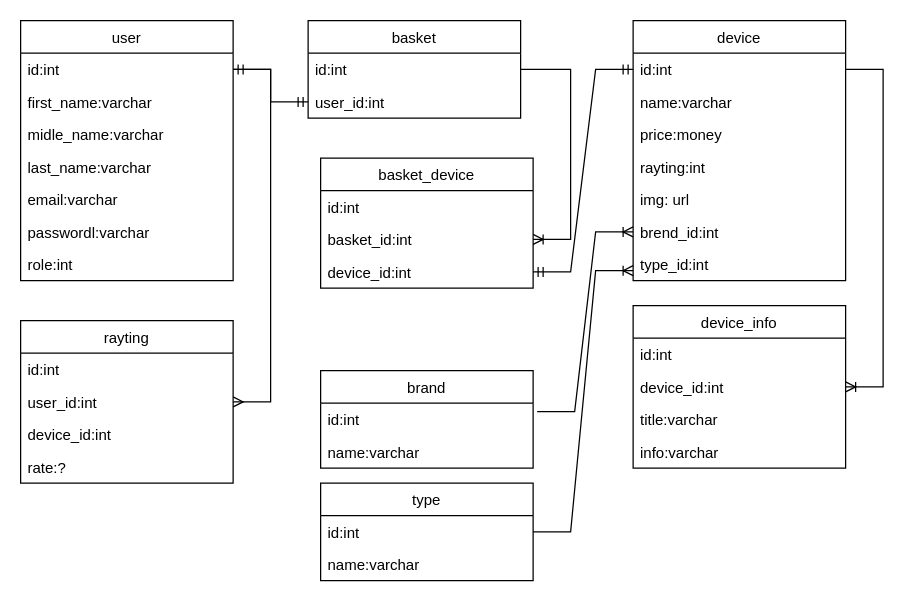
AndreyKichigin/test-git keeps this draw.io diagram as Untitled Diagram.drawio. Above is the earlier version. Source tidied: cells renumbered, new cells numbered last; positions are measured from the earlier drawing's top-left corner, leaving out a move shared by most shapes. Both pictures are drawn from the tidied source at 125%, with x=0, y=0 at pixel (20, 20).
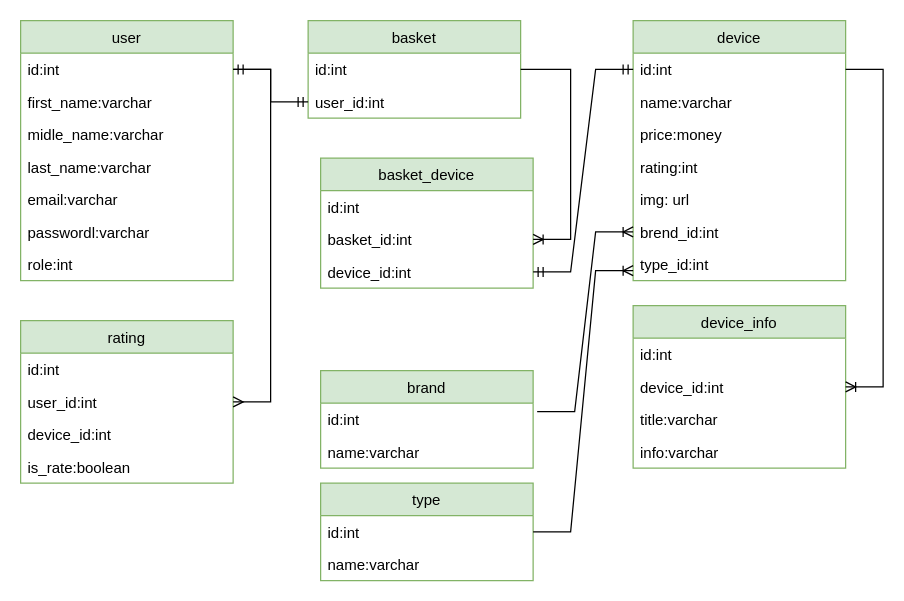
After the change.

Change to the diagram source:
```diff
@@
-    <mxCell id="2" value="user" style="swimlane;fontStyle=0;horizontal=1;startSize=26;fillColor=none;" parent="1" vertex="1">
+    <mxCell id="2" value="user" style="swimlane;fontStyle=0;horizontal=1;startSize=26;fillColor=#d5e8d4;strokeColor=#82b366;" parent="1" vertex="1">
       <mxGeometry width="170" height="208" as="geometry" />
     </mxCell>
@@
-    <mxCell id="10" value="basket" style="swimlane;fontStyle=0;horizontal=1;startSize=26;fillColor=none;" parent="1" vertex="1">
+    <mxCell id="10" value="basket" style="swimlane;fontStyle=0;horizontal=1;startSize=26;fillColor=#d5e8d4;strokeColor=#82b366;" parent="1" vertex="1">
       <mxGeometry x="230" width="170" height="78" as="geometry" />
     </mxCell>
@@
-    <mxCell id="14" value="device" style="swimlane;fontStyle=0;horizontal=1;startSize=26;fillColor=none;" parent="1" vertex="1">
+    <mxCell id="14" value="device" style="swimlane;fontStyle=0;horizontal=1;startSize=26;fillColor=#d5e8d4;strokeColor=#82b366;" parent="1" vertex="1">
       <mxGeometry x="490" width="170" height="208" as="geometry" />
     </mxCell>
@@
-    <mxCell id="18" value="rayting:int" style="text;strokeColor=none;fillColor=none;align=left;verticalAlign=top;spacingLeft=4;spacingRight=4;overflow=hidden;" parent="14" vertex="1">
+    <mxCell id="18" value="rating:int" style="text;strokeColor=none;fillColor=none;align=left;verticalAlign=top;spacingLeft=4;spacingRight=4;overflow=hidden;" parent="14" vertex="1">
       <mxGeometry y="104" width="170" height="26" as="geometry" />
     </mxCell>
@@
-    <mxCell id="22" value="type" style="swimlane;fontStyle=0;horizontal=1;startSize=26;fillColor=none;" parent="1" vertex="1">
+    <mxCell id="22" value="type" style="swimlane;fontStyle=0;horizontal=1;startSize=26;fillColor=#d5e8d4;strokeColor=#82b366;" parent="1" vertex="1">
       <mxGeometry x="240" y="370" width="170" height="78" as="geometry" />
     </mxCell>
@@
-    <mxCell id="25" value="brand" style="swimlane;fontStyle=0;horizontal=1;startSize=26;fillColor=none;" parent="1" vertex="1">
+    <mxCell id="25" value="brand" style="swimlane;fontStyle=0;horizontal=1;startSize=26;fillColor=#d5e8d4;strokeColor=#82b366;" parent="1" vertex="1">
       <mxGeometry x="240" y="280" width="170" height="78" as="geometry" />
     </mxCell>
@@
-    <mxCell id="30" value="device_info" style="swimlane;fontStyle=0;horizontal=1;startSize=26;fillColor=none;" parent="1" vertex="1">
+    <mxCell id="30" value="device_info" style="swimlane;fontStyle=0;horizontal=1;startSize=26;fillColor=#d5e8d4;strokeColor=#82b366;" parent="1" vertex="1">
       <mxGeometry x="490" y="228" width="170" height="130" as="geometry" />
     </mxCell>
@@
-    <mxCell id="36" value="basket_device" style="swimlane;fontStyle=0;horizontal=1;startSize=26;fillColor=none;" parent="1" vertex="1">
+    <mxCell id="36" value="basket_device" style="swimlane;fontStyle=0;horizontal=1;startSize=26;fillColor=#d5e8d4;strokeColor=#82b366;" parent="1" vertex="1">
       <mxGeometry x="240" y="110" width="170" height="104" as="geometry" />
     </mxCell>
@@
-    <mxCell id="42" value="rayting" style="swimlane;fontStyle=0;horizontal=1;startSize=26;fillColor=none;" parent="1" vertex="1">
+    <mxCell id="42" value="rating" style="swimlane;fontStyle=0;horizontal=1;startSize=26;fillColor=#d5e8d4;strokeColor=#82b366;" parent="1" vertex="1">
       <mxGeometry y="240" width="170" height="130" as="geometry" />
     </mxCell>
@@
-    <mxCell id="46" value="rate:?" style="text;strokeColor=none;fillColor=none;align=left;verticalAlign=top;spacingLeft=4;spacingRight=4;overflow=hidden;" parent="42" vertex="1">
+    <mxCell id="46" value="is_rate:boolean" style="text;strokeColor=none;fillColor=none;align=left;verticalAlign=top;spacingLeft=4;spacingRight=4;overflow=hidden;" parent="42" vertex="1">
       <mxGeometry y="104" width="170" height="26" as="geometry" />
     </mxCell>
```
